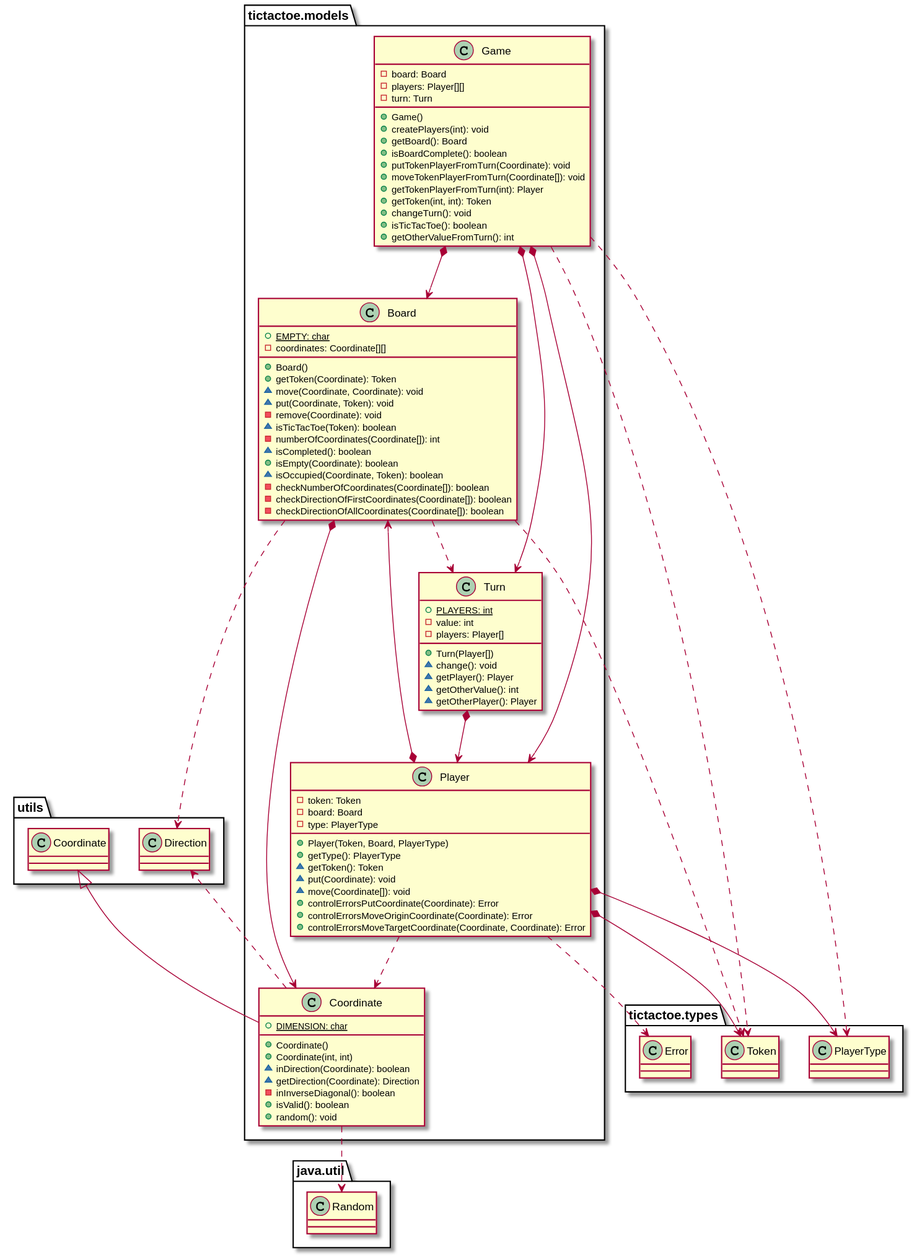
x-USantaTecla-game-ticTacToe/java keeps this PlantUML diagram as docs/build/docs/asciidoc/images/tictactoeModelsVersion5.svg. Above is the earlier version.
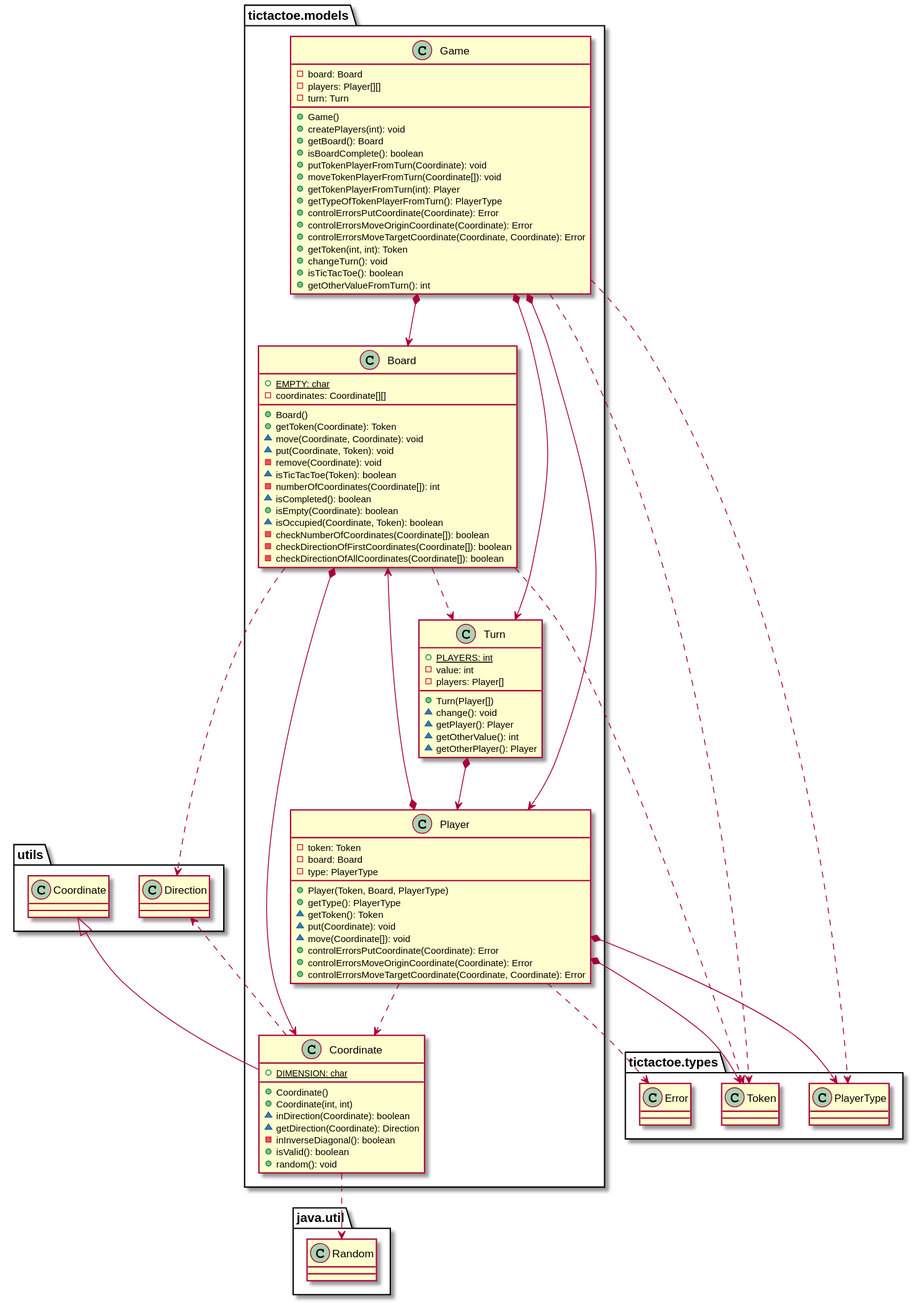
The same file after the commit.

Diff of the diagram source:
```diff
@@ -47,6 +47,10 @@
 + putTokenPlayerFromTurn(Coordinate): void
 + moveTokenPlayerFromTurn(Coordinate[]): void
 + getTokenPlayerFromTurn(int): Player
++ getTypeOfTokenPlayerFromTurn(): PlayerType
++ controlErrorsPutCoordinate(Coordinate): Error
++ controlErrorsMoveOriginCoordinate(Coordinate): Error
++ controlErrorsMoveTargetCoordinate(Coordinate, Coordinate): Error
 + getToken(int, int): Token
 + changeTurn(): void
 + isTicTacToe(): boolean
```
